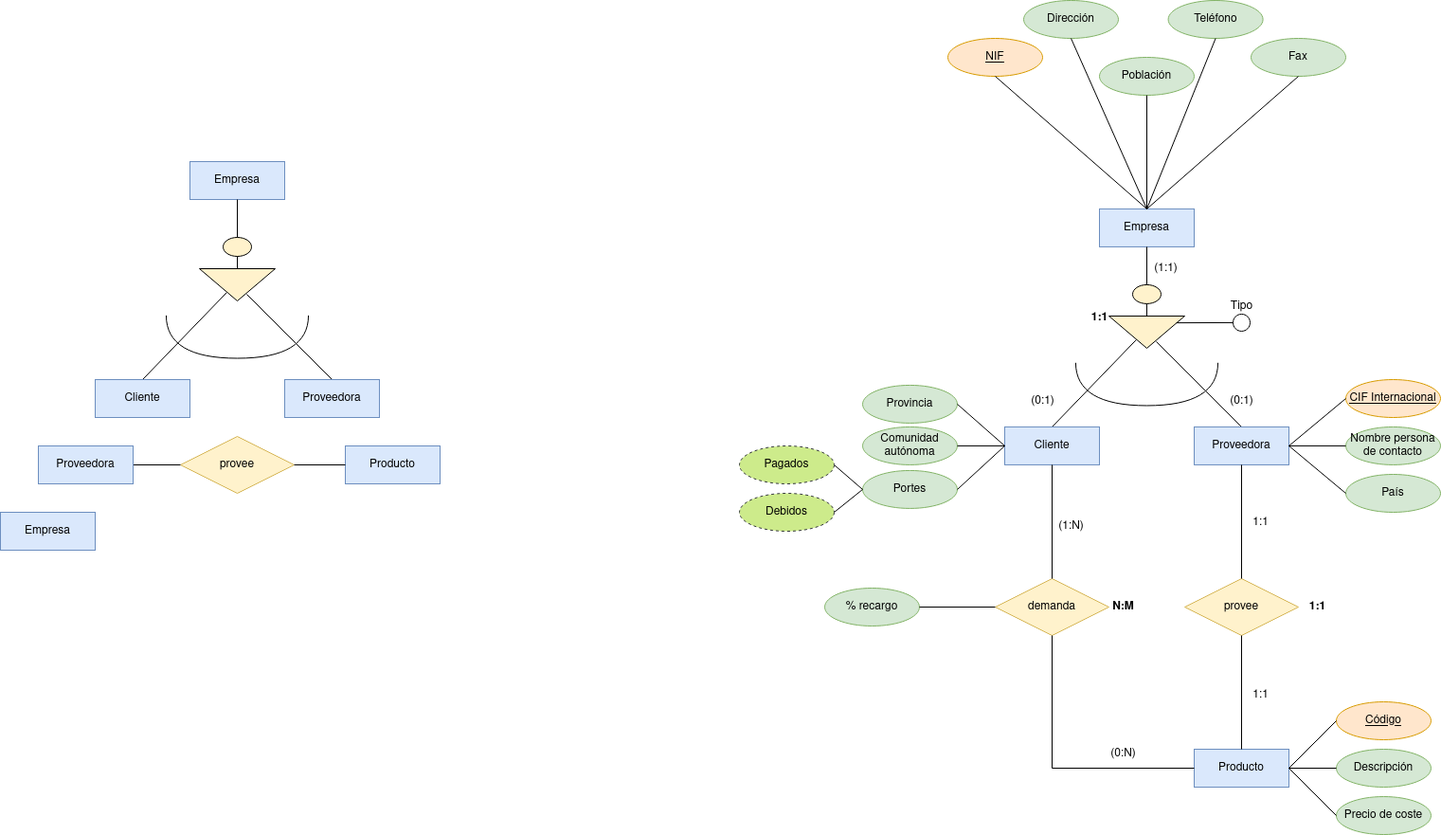
The draw.io diagram Unidad-1/Tareas/Tarea_Entregable-4/Diagrama Tarea Entregable 4.drawio.png in RafaelMayor/base-datos, before a commit. Source tidied: cells renumbered, new cells last; positions are measured from the earlier drawing's top-left corner, leaving out a move shared by most shapes.
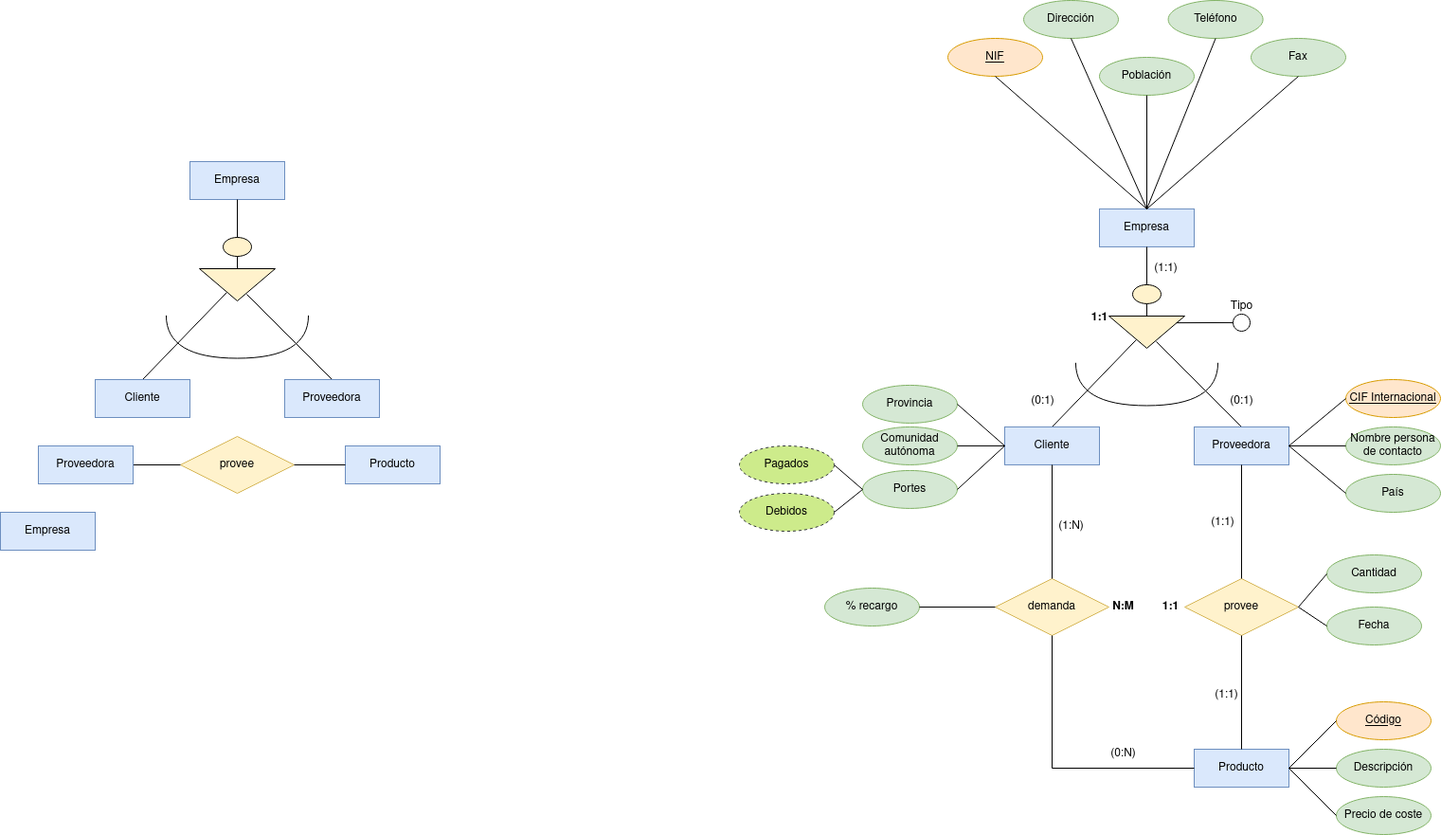
After the commit.

What changed in the source:
```diff
@@ -222,14 +222,14 @@
     <mxCell id="73" value="Tipo" style="text;html=1;align=center;verticalAlign=middle;strokeColor=none;fillColor=none;" parent="1" vertex="1">
       <mxGeometry x="1285" y="308" width="50" height="30" as="geometry" />
     </mxCell>
-    <mxCell id="74" value="1:1" style="text;html=1;align=center;verticalAlign=middle;strokeColor=none;fillColor=none;" parent="1" vertex="1">
-      <mxGeometry x="1310" y="718" width="40" height="30" as="geometry" />
+    <mxCell id="74" value="(1:1)" style="text;html=1;align=center;verticalAlign=middle;strokeColor=none;fillColor=none;" parent="1" vertex="1">
+      <mxGeometry x="1269" y="718" width="50" height="30" as="geometry" />
     </mxCell>
-    <mxCell id="75" value="1:1" style="text;html=1;align=center;verticalAlign=middle;strokeColor=none;fillColor=none;" parent="1" vertex="1">
-      <mxGeometry x="1310" y="535.9" width="40" height="30" as="geometry" />
+    <mxCell id="75" value="(1:1)" style="text;html=1;align=center;verticalAlign=middle;strokeColor=none;fillColor=none;" parent="1" vertex="1">
+      <mxGeometry x="1265" y="535.9" width="50" height="30" as="geometry" />
     </mxCell>
     <mxCell id="76" value="&lt;b&gt;1:1&lt;/b&gt;" style="text;html=1;align=center;verticalAlign=middle;strokeColor=none;fillColor=none;" parent="1" vertex="1">
-      <mxGeometry x="1370" y="625" width="40" height="30" as="geometry" />
+      <mxGeometry x="1215" y="625" width="40" height="30" as="geometry" />
     </mxCell>
     <mxCell id="77" value="% recargo" style="ellipse;whiteSpace=wrap;html=1;align=center;fillColor=#d5e8d4;strokeColor=#82b366;" parent="1" vertex="1">
       <mxGeometry x="870" y="620" width="100" height="40" as="geometry" />
@@ -246,5 +246,17 @@
     <mxCell id="81" value="&lt;b&gt;N:M&lt;/b&gt;" style="text;html=1;align=center;verticalAlign=middle;strokeColor=none;fillColor=none;" parent="1" vertex="1">
       <mxGeometry x="1160" y="625" width="50" height="30" as="geometry" />
     </mxCell>
+    <mxCell id="82" value="Fecha" style="ellipse;whiteSpace=wrap;html=1;align=center;fillColor=#d5e8d4;strokeColor=#82b366;" parent="1" vertex="1">
+      <mxGeometry x="1400" y="640" width="100" height="40" as="geometry" />
+    </mxCell>
+    <mxCell id="83" value="Cantidad" style="ellipse;whiteSpace=wrap;html=1;align=center;fillColor=#d5e8d4;strokeColor=#82b366;" parent="1" vertex="1">
+      <mxGeometry x="1400" y="585" width="100" height="40" as="geometry" />
+    </mxCell>
+    <mxCell id="84" style="endArrow=none;html=1;rounded=0;entryX=0;entryY=0.5;entryDx=0;entryDy=0;exitX=1;exitY=0.5;exitDx=0;exitDy=0;" parent="1" edge="1" source="51" target="82">
+      <mxGeometry relative="1" as="geometry" />
+    </mxCell>
+    <mxCell id="85" style="endArrow=none;html=1;rounded=0;entryX=0;entryY=0.5;entryDx=0;entryDy=0;exitX=1;exitY=0.5;exitDx=0;exitDy=0;" parent="1" edge="1" source="51" target="83">
+      <mxGeometry relative="1" as="geometry" />
+    </mxCell>
   </root>
 </mxGraphModel>
```
